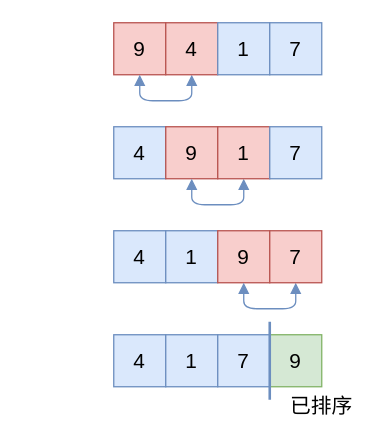
XuShaohua/TheAlgorithms keeps this draw.io diagram as src/array/sort/assets/bubble-sort-pass1.drawio. Above is the earlier version. Source tidied: cells renumbered, new cells numbered last; positions are measured from the earlier drawing's top-left corner, leaving out a move shared by most shapes. Both pictures are drawn from the tidied source at 130%, with x=0, y=0 at pixel (113, 22).
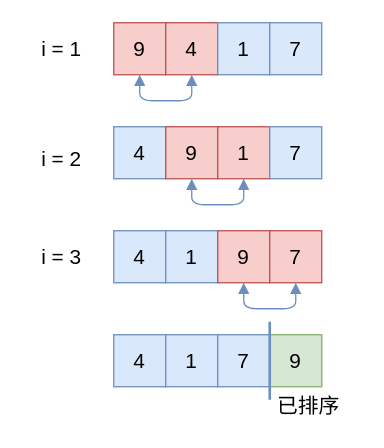
Above is the later version.

Commit message (it also covers changes not shown here):
sort: Add bubble sort steps

Diff of the diagram source:
```diff
@@
     <mxCell id="22" value="已排序" style="text;html=1;align=center;verticalAlign=middle;whiteSpace=wrap;rounded=0;fontFamily=Ubuntu;fontSize=16;fontStyle=0;" parent="1" vertex="1">
-      <mxGeometry x="130" y="280" width="60" height="30" as="geometry" />
+      <mxGeometry x="120" y="280" width="60" height="30" as="geometry" />
     </mxCell>
+    <mxCell id="23" value="i = 1" style="text;html=1;align=center;verticalAlign=middle;whiteSpace=wrap;rounded=0;fontFamily=Ubuntu;fontSize=16;fontStyle=0;" parent="1" vertex="1">
+      <mxGeometry x="-70" y="5" width="60" height="30" as="geometry" />
+    </mxCell>
+    <mxCell id="24" value="i = 2" style="text;html=1;align=center;verticalAlign=middle;whiteSpace=wrap;rounded=0;fontFamily=Ubuntu;fontSize=16;fontStyle=0;" parent="1" vertex="1">
+      <mxGeometry x="-70" y="90" width="60" height="30" as="geometry" />
+    </mxCell>
+    <mxCell id="25" value="i = 3" style="text;html=1;align=center;verticalAlign=middle;whiteSpace=wrap;rounded=0;fontFamily=Ubuntu;fontSize=16;fontStyle=0;" parent="1" vertex="1">
+      <mxGeometry x="-70" y="165" width="60" height="30" as="geometry" />
+    </mxCell>
```
